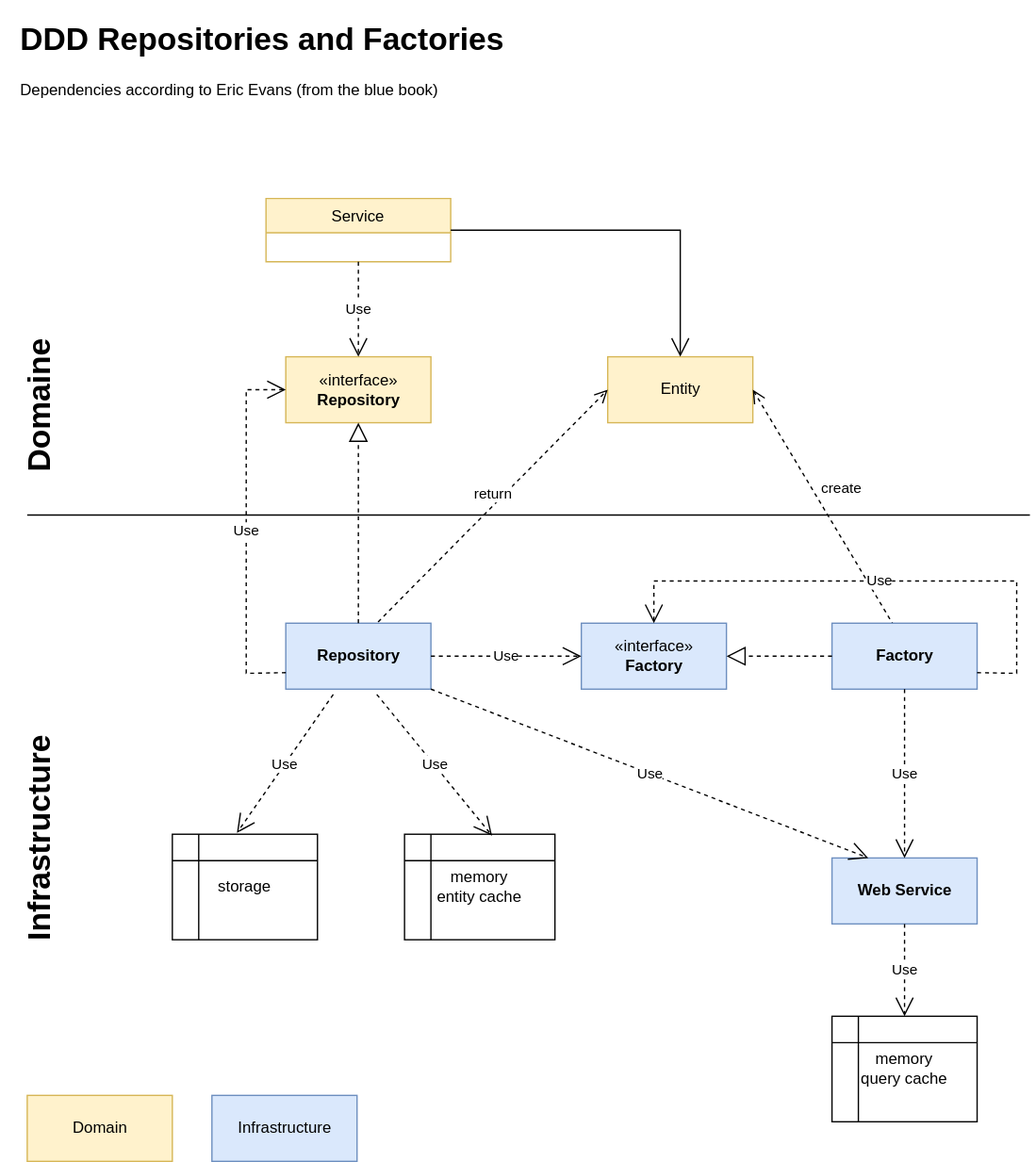
Before: DDD overview.drawio.svg, a diagram exported from draw.io (franck-gaspoz/DDD). Source tidied: cells renumbered, new cells last; positions are measured from the earlier drawing's top-left corner, leaving out a move shared by most shapes.
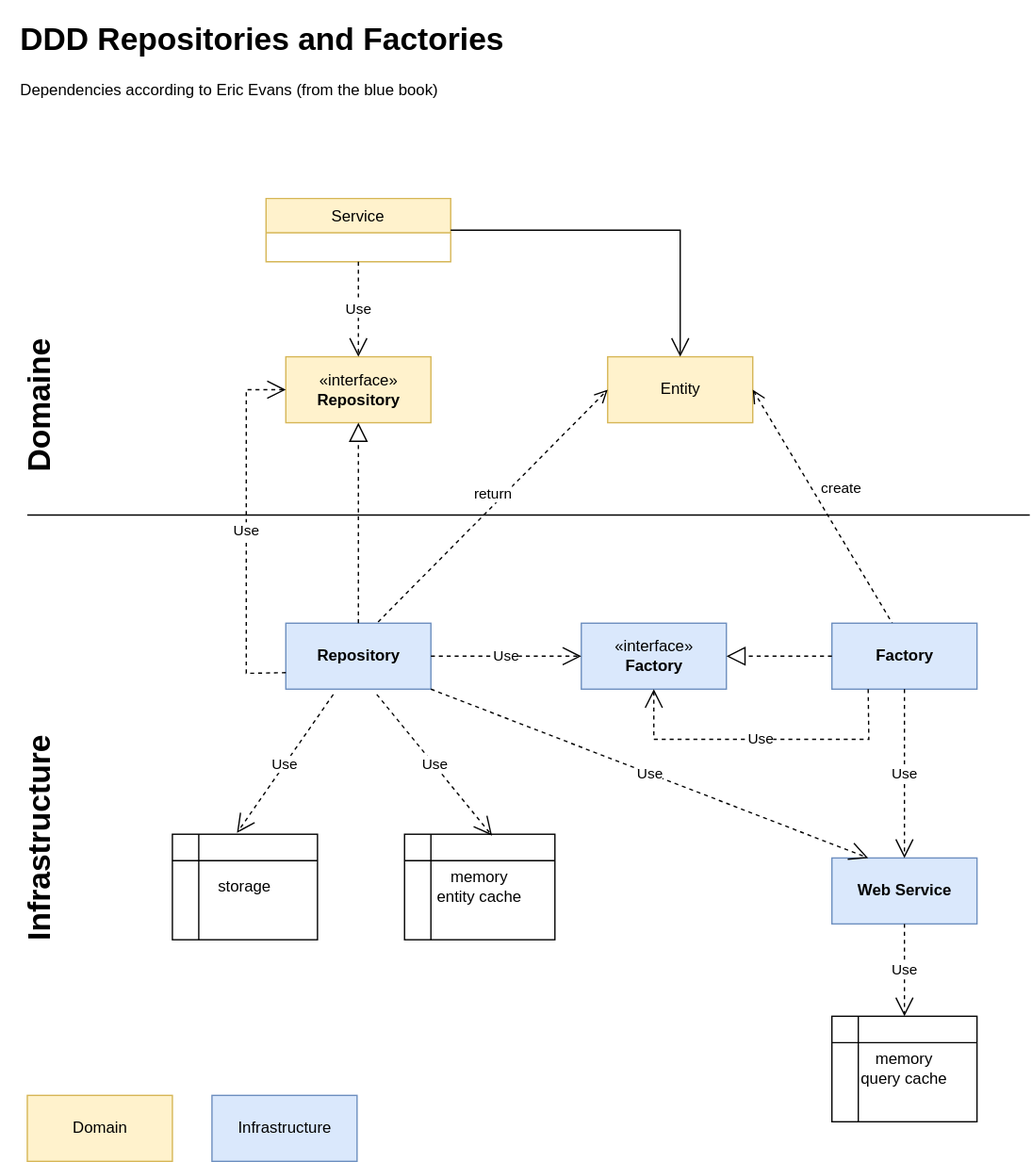
After the change.

What changed in the source:
```diff
@@ -83,12 +83,11 @@
         </Array>
       </mxGeometry>
     </mxCell>
-    <mxCell id="25" value="Use" style="endArrow=open;endSize=12;dashed=1;html=1;rounded=0;entryX=0.5;entryY=0;entryDx=0;entryDy=0;exitX=1;exitY=0.75;exitDx=0;exitDy=0;" parent="1" edge="1" source="17" target="4">
+    <mxCell id="25" value="Use" style="endArrow=open;endSize=12;dashed=1;html=1;rounded=0;exitX=0.25;exitY=1;exitDx=0;exitDy=0;entryX=0.5;entryY=1;entryDx=0;entryDy=0;" parent="1" edge="1" source="17" target="4">
       <mxGeometry relative="1" as="geometry">
         <Array as="points">
-          <mxPoint x="770" y="500" />
-          <mxPoint x="770" y="430" />
-          <mxPoint x="495" y="430" />
+          <mxPoint x="658" y="550" />
+          <mxPoint x="495" y="550" />
         </Array>
       </mxGeometry>
     </mxCell>
```
